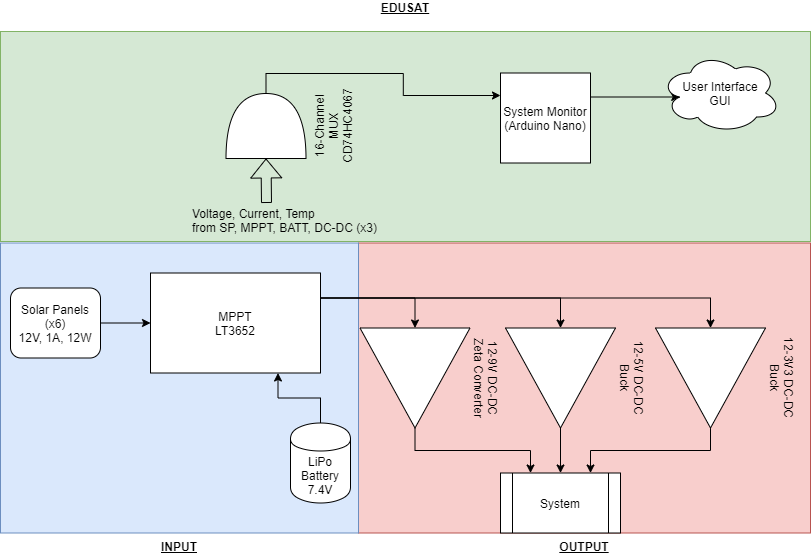
Before: Hardware/edusat_hardware.png, a diagram exported from draw.io (willow-carroll-polzin/EDUSAT). Source tidied: cells renumbered, new cells last; positions are measured from the earlier drawing's top-left corner, leaving out a move shared by most shapes. The source it was exported from:
```xml
<mxGraphModel>
  <root>
    <mxCell id="0" />
    <mxCell id="1" parent="0" />
    <mxCell id="2" value="&lt;b&gt;&lt;u&gt;EDUSAT&lt;br&gt;&lt;br&gt;&lt;/u&gt;&lt;/b&gt;" style="rounded=0;whiteSpace=wrap;html=1;fillColor=#d5e8d4;strokeColor=#82b366;labelPosition=center;verticalLabelPosition=top;align=center;verticalAlign=bottom;" parent="1" vertex="1">
      <mxGeometry width="810" height="210" as="geometry" />
    </mxCell>
    <mxCell id="3" value="&lt;u&gt;&lt;b&gt;OUTPUT&lt;/b&gt;&lt;/u&gt;" style="rounded=0;whiteSpace=wrap;html=1;fillColor=#f8cecc;strokeColor=#b85450;labelPosition=center;verticalLabelPosition=bottom;align=center;verticalAlign=top;" parent="1" vertex="1">
      <mxGeometry x="358" y="211.5" width="452" height="290" as="geometry" />
    </mxCell>
    <mxCell id="4" value="&lt;b&gt;&lt;u&gt;INPUT&lt;/u&gt;&lt;/b&gt;" style="rounded=0;whiteSpace=wrap;html=1;fillColor=#dae8fc;strokeColor=#6c8ebf;labelPosition=center;verticalLabelPosition=bottom;align=center;verticalAlign=top;" parent="1" vertex="1">
      <mxGeometry y="211.5" width="358" height="290" as="geometry" />
    </mxCell>
    <mxCell id="5" style="edgeStyle=orthogonalEdgeStyle;rounded=0;jettySize=auto;html=1;exitX=1;exitY=0.5;exitDx=0;exitDy=0;entryX=0;entryY=0.5;entryDx=0;entryDy=0;" parent="1" edge="1" source="6" target="10">
      <mxGeometry relative="1" as="geometry" />
    </mxCell>
    <mxCell id="6" value="Solar Panels (x6)&lt;br&gt;12V, 1A, 12W" style="rounded=1;whiteSpace=wrap;html=1;" parent="1" vertex="1">
      <mxGeometry x="10" y="256.5" width="90" height="70" as="geometry" />
    </mxCell>
    <mxCell id="7" style="edgeStyle=orthogonalEdgeStyle;rounded=0;jettySize=auto;html=1;exitX=1;exitY=0.25;exitDx=0;exitDy=0;entryX=0;entryY=0.5;entryDx=0;entryDy=0;" parent="1" edge="1" source="10" target="14">
      <mxGeometry relative="1" as="geometry" />
    </mxCell>
    <mxCell id="8" style="edgeStyle=orthogonalEdgeStyle;rounded=0;jettySize=auto;html=1;exitX=1;exitY=0.25;exitDx=0;exitDy=0;entryX=0;entryY=0.5;entryDx=0;entryDy=0;" parent="1" edge="1" source="10" target="16">
      <mxGeometry relative="1" as="geometry" />
    </mxCell>
    <mxCell id="9" style="edgeStyle=orthogonalEdgeStyle;rounded=0;jettySize=auto;html=1;exitX=1;exitY=0.25;exitDx=0;exitDy=0;entryX=0;entryY=0.5;entryDx=0;entryDy=0;" parent="1" edge="1" source="10" target="18">
      <mxGeometry relative="1" as="geometry" />
    </mxCell>
    <mxCell id="10" value="MPPT&lt;br&gt;LT3652" style="rounded=0;whiteSpace=wrap;html=1;" parent="1" vertex="1">
      <mxGeometry x="150" y="241.5" width="170" height="100" as="geometry" />
    </mxCell>
    <mxCell id="11" style="edgeStyle=orthogonalEdgeStyle;rounded=0;jettySize=auto;html=1;exitX=0.5;exitY=0;exitDx=0;exitDy=0;entryX=0.75;entryY=1;entryDx=0;entryDy=0;" parent="1" edge="1" source="12" target="10">
      <mxGeometry relative="1" as="geometry" />
    </mxCell>
    <mxCell id="12" value="LiPo Battery&lt;br&gt;7.4V" style="shape=cylinder;whiteSpace=wrap;html=1;boundedLbl=1;backgroundOutline=1;" parent="1" vertex="1">
      <mxGeometry x="290" y="391.5" width="60" height="80" as="geometry" />
    </mxCell>
    <mxCell id="13" style="edgeStyle=orthogonalEdgeStyle;rounded=0;jettySize=auto;html=1;exitX=1;exitY=0.5;exitDx=0;exitDy=0;entryX=0.25;entryY=0;entryDx=0;entryDy=0;" parent="1" edge="1" source="14" target="19">
      <mxGeometry relative="1" as="geometry" />
    </mxCell>
    <mxCell id="14" value="12-9V DC-DC Zeta Converter" style="triangle;whiteSpace=wrap;html=1;rotation=90;verticalAlign=bottom;labelPosition=center;verticalLabelPosition=top;align=center;" parent="1" vertex="1">
      <mxGeometry x="364.5" y="291.5" width="100" height="110" as="geometry" />
    </mxCell>
    <mxCell id="15" style="edgeStyle=orthogonalEdgeStyle;rounded=0;jettySize=auto;html=1;exitX=1;exitY=0.5;exitDx=0;exitDy=0;entryX=0.5;entryY=0;entryDx=0;entryDy=0;" parent="1" edge="1" source="16" target="19">
      <mxGeometry relative="1" as="geometry" />
    </mxCell>
    <mxCell id="16" value="12-5V DC-DC Buck" style="triangle;whiteSpace=wrap;html=1;rotation=90;verticalAlign=bottom;labelPosition=center;verticalLabelPosition=top;align=center;" parent="1" vertex="1">
      <mxGeometry x="510" y="291.5" width="100" height="110" as="geometry" />
    </mxCell>
    <mxCell id="17" style="edgeStyle=orthogonalEdgeStyle;rounded=0;jettySize=auto;html=1;exitX=1;exitY=0.5;exitDx=0;exitDy=0;entryX=0.75;entryY=0;entryDx=0;entryDy=0;" parent="1" edge="1" source="18" target="19">
      <mxGeometry relative="1" as="geometry" />
    </mxCell>
    <mxCell id="18" value="12-3V3 DC-DC Buck" style="triangle;whiteSpace=wrap;html=1;rotation=90;verticalAlign=bottom;labelPosition=center;verticalLabelPosition=top;align=center;" parent="1" vertex="1">
      <mxGeometry x="660" y="291.5" width="100" height="110" as="geometry" />
    </mxCell>
    <mxCell id="19" value="System" style="shape=process;whiteSpace=wrap;html=1;backgroundOutline=1;" parent="1" vertex="1">
      <mxGeometry x="500" y="441.5" width="120" height="60" as="geometry" />
    </mxCell>
    <mxCell id="20" style="edgeStyle=orthogonalEdgeStyle;rounded=0;jettySize=auto;html=1;exitX=1;exitY=0.25;exitDx=0;exitDy=0;entryX=0.16;entryY=0.55;entryDx=0;entryDy=0;entryPerimeter=0;" parent="1" edge="1" source="21" target="26">
      <mxGeometry relative="1" as="geometry">
        <Array as="points">
          <mxPoint x="590" y="65.5" />
        </Array>
      </mxGeometry>
    </mxCell>
    <mxCell id="21" value="System Monitor&lt;br&gt;(Arduino Nano)" style="whiteSpace=wrap;html=1;" parent="1" vertex="1">
      <mxGeometry x="500" y="41.5" width="90" height="90" as="geometry" />
    </mxCell>
    <mxCell id="22" style="edgeStyle=orthogonalEdgeStyle;rounded=0;jettySize=auto;html=1;exitX=1;exitY=0.5;exitDx=0;exitDy=0;exitPerimeter=0;entryX=0;entryY=0.25;entryDx=0;entryDy=0;" parent="1" edge="1" source="23" target="21">
      <mxGeometry relative="1" as="geometry" />
    </mxCell>
    <mxCell id="23" value="16-Channel MUX&lt;br&gt;CD74HC4067&lt;br&gt;" style="shape=or;whiteSpace=wrap;html=1;rotation=-90;labelPosition=center;verticalLabelPosition=bottom;align=center;verticalAlign=top;" parent="1" vertex="1">
      <mxGeometry x="233" y="54.5" width="65" height="80" as="geometry" />
    </mxCell>
    <mxCell id="24" style="shape=flexArrow;endArrow=classic;html=1;entryX=0;entryY=0.5;entryDx=0;entryDy=0;entryPerimeter=0;" parent="1" edge="1" target="23">
      <mxGeometry relative="1" as="geometry">
        <mxPoint x="266" y="171.5" as="sourcePoint" />
      </mxGeometry>
    </mxCell>
    <mxCell id="25" value="Voltage, Current, Temp&lt;br&gt;from SP, MPPT, BATT, DC-DC (x3)" style="text;html=1;align=left;verticalAlign=top;spacingTop=-4;" parent="1" vertex="1">
      <mxGeometry x="190" y="173" width="200" height="30" as="geometry" />
    </mxCell>
    <mxCell id="26" value="User Interface&lt;br&gt;GUI" style="ellipse;shape=cloud;whiteSpace=wrap;html=1;" parent="1" vertex="1">
      <mxGeometry x="660" y="21.5" width="120" height="80" as="geometry" />
    </mxCell>
  </root>
</mxGraphModel>
```
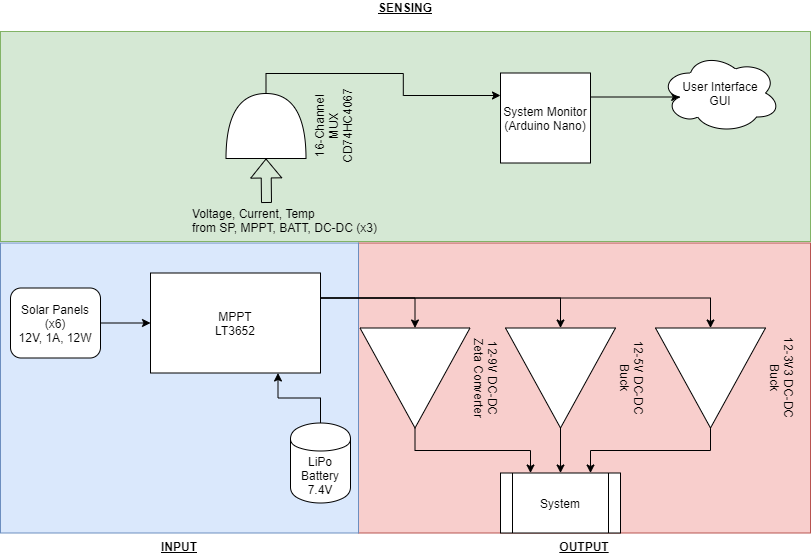
After the change.

Commit message:
Minor change to hardware block diagram

The edit, as a diff of the source:
```diff
@@ -2,7 +2,7 @@
   <root>
     <mxCell id="0" />
     <mxCell id="1" parent="0" />
-    <mxCell id="2" value="&lt;b&gt;&lt;u&gt;EDUSAT&lt;br&gt;&lt;br&gt;&lt;/u&gt;&lt;/b&gt;" style="rounded=0;whiteSpace=wrap;html=1;fillColor=#d5e8d4;strokeColor=#82b366;labelPosition=center;verticalLabelPosition=top;align=center;verticalAlign=bottom;" parent="1" vertex="1">
+    <mxCell id="2" value="&lt;b&gt;&lt;u&gt;SENSING&lt;br&gt;&lt;br&gt;&lt;/u&gt;&lt;/b&gt;" style="rounded=0;whiteSpace=wrap;html=1;fillColor=#d5e8d4;strokeColor=#82b366;labelPosition=center;verticalLabelPosition=top;align=center;verticalAlign=bottom;" parent="1" vertex="1">
       <mxGeometry width="810" height="210" as="geometry" />
     </mxCell>
     <mxCell id="3" value="&lt;u&gt;&lt;b&gt;OUTPUT&lt;/b&gt;&lt;/u&gt;" style="rounded=0;whiteSpace=wrap;html=1;fillColor=#f8cecc;strokeColor=#b85450;labelPosition=center;verticalLabelPosition=bottom;align=center;verticalAlign=top;" parent="1" vertex="1">
```
